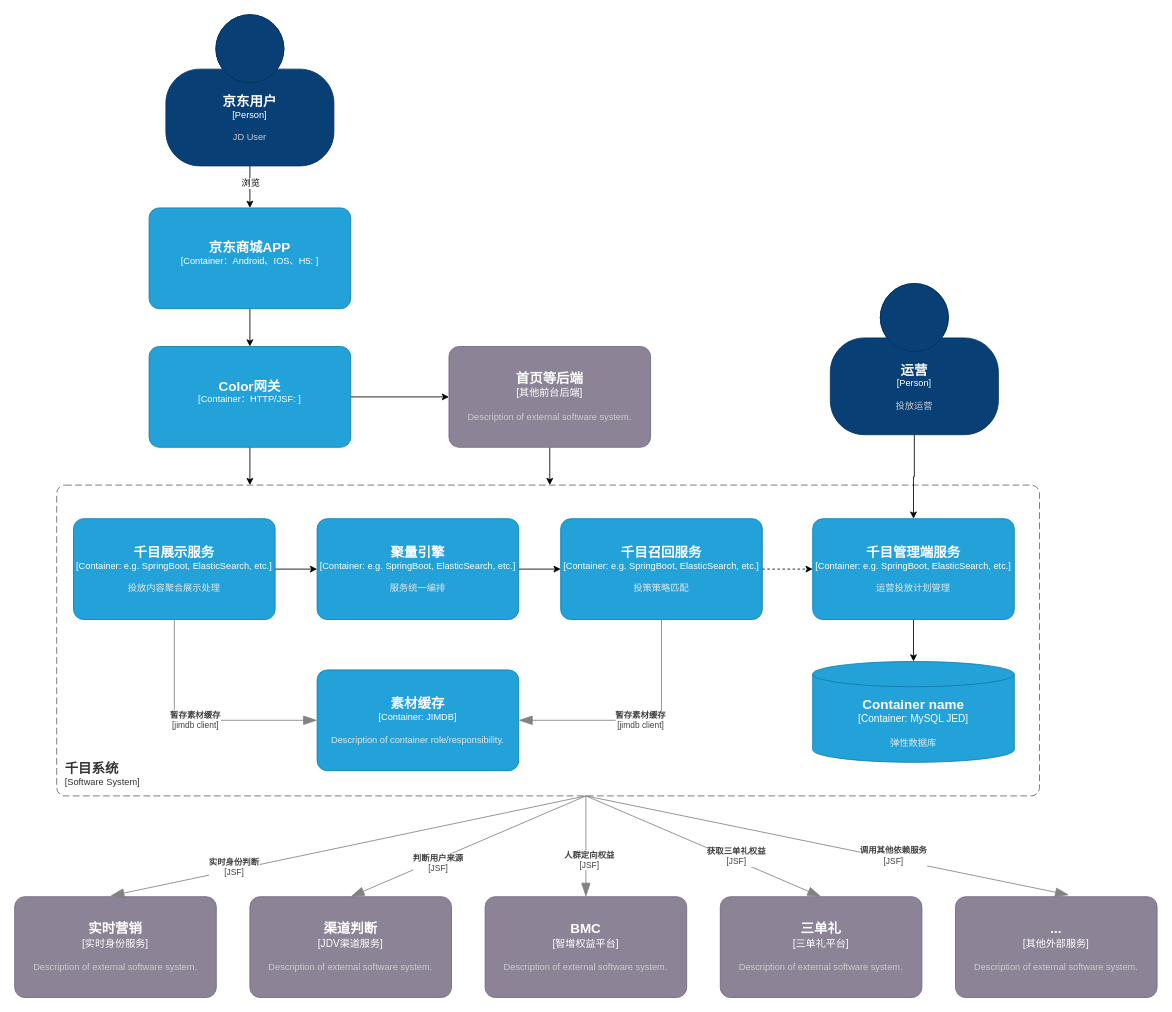
The draw.io diagram 千目系统架构图.drawio in BlankKelly/diagrams, before the edit. Source tidied: cells renumbered, new cells numbered last; positions are measured from the earlier drawing's top-left corner, leaving out a move shared by most shapes. Both pictures are drawn from the tidied source at 84%, with x=0, y=0 at pixel (14, 14).
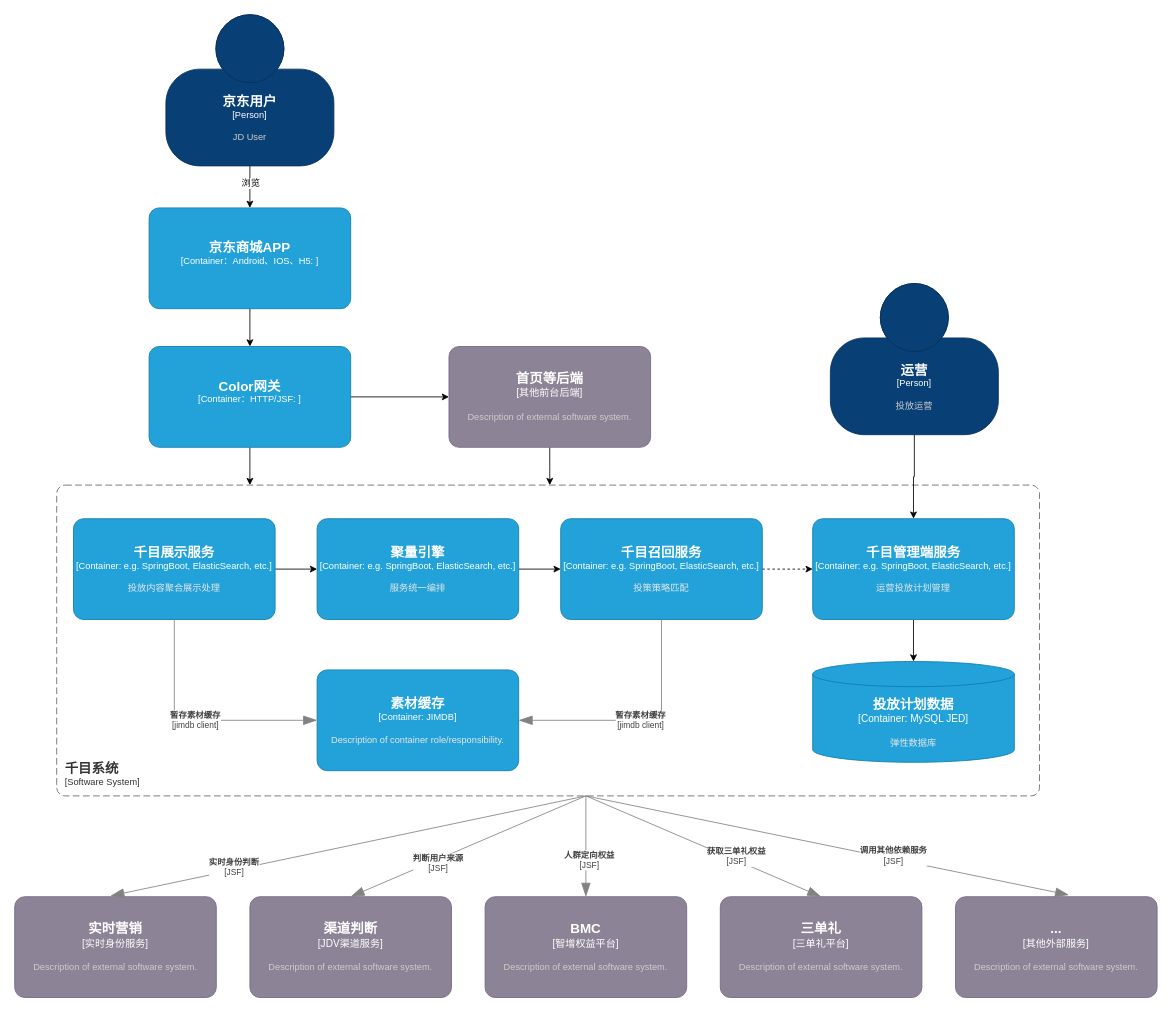
The same diagram, later.

Commit message:
更新千目系统架构图.drawio

Change to the diagram source:
```diff
@@
-    <object id="21" label="&lt;font style=&quot;font-size: 16px&quot;&gt;&lt;b&gt;%c4Type%&lt;/b&gt;&lt;/font&gt;&lt;div&gt;[%c4Container%:&amp;nbsp;%c4Technology%]&lt;/div&gt;&lt;br&gt;&lt;div&gt;&lt;font style=&quot;font-size: 11px&quot;&gt;&lt;font color=&quot;#E6E6E6&quot;&gt;%c4Description%&lt;/font&gt;&lt;/div&gt;" c4Container="Container" c4Description="弹性数据库" c4Technology="MySQL JED" c4Type="Container name" placeholders="1">
+    <object id="21" label="&lt;font style=&quot;font-size: 16px&quot;&gt;&lt;b&gt;%c4Type%&lt;/b&gt;&lt;/font&gt;&lt;div&gt;[%c4Container%:&amp;nbsp;%c4Technology%]&lt;/div&gt;&lt;br&gt;&lt;div&gt;&lt;font style=&quot;font-size: 11px&quot;&gt;&lt;font color=&quot;#E6E6E6&quot;&gt;%c4Description%&lt;/font&gt;&lt;/div&gt;" c4Container="Container" c4Description="弹性数据库" c4Technology="MySQL JED" c4Type="投放计划数据" placeholders="1">
       <mxCell style="shape=cylinder3;size=15;whiteSpace=wrap;html=1;boundedLbl=1;rounded=0;labelBackgroundColor=none;fillColor=#23A2D9;fontSize=12;fontColor=#ffffff;align=center;strokeColor=#0E7DAD;points=[[0.5,0,0],[1,0.25,0],[1,0.5,0],[1,0.75,0],[0.5,1,0],[0,0.75,0],[0,0.5,0],[0,0.25,0]];" parent="1" vertex="1">
         <mxGeometry x="950" y="770" width="240" height="120" as="geometry" />
       </mxCell>
     </object>
```
